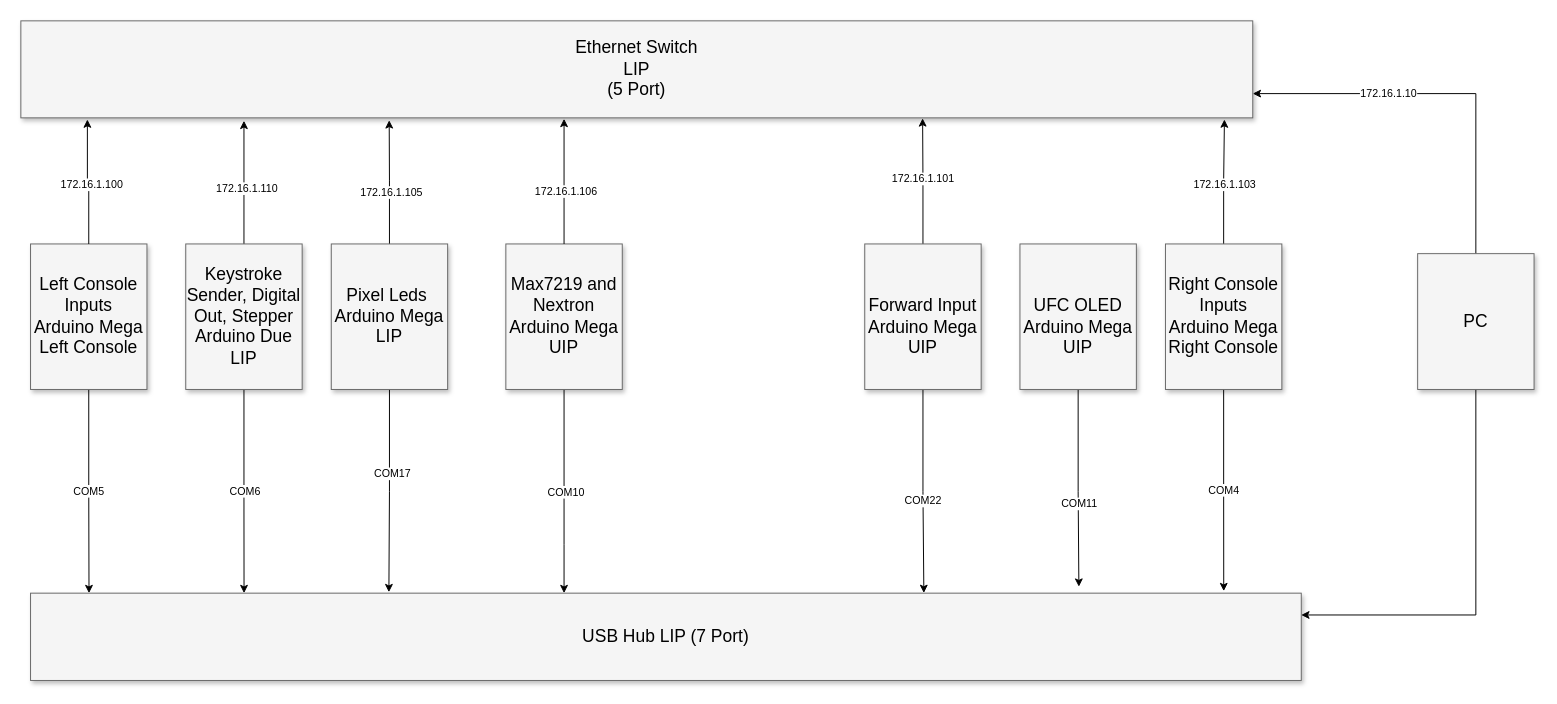
Before: page "High Level Connectivity" (1 of 7) of Hornet Documentation/Hornet High-Level Connectivity .drawio in bnepethomas/bne-arduino-flight-simulator-interfaces, a draw.io diagram. Source tidied: cells renumbered, new cells numbered last; positions are measured from the earlier drawing's top-left corner, leaving out a move shared by most shapes. Both pictures are drawn from the tidied source at 97%, with x=0, y=0 at pixel (20, 20).
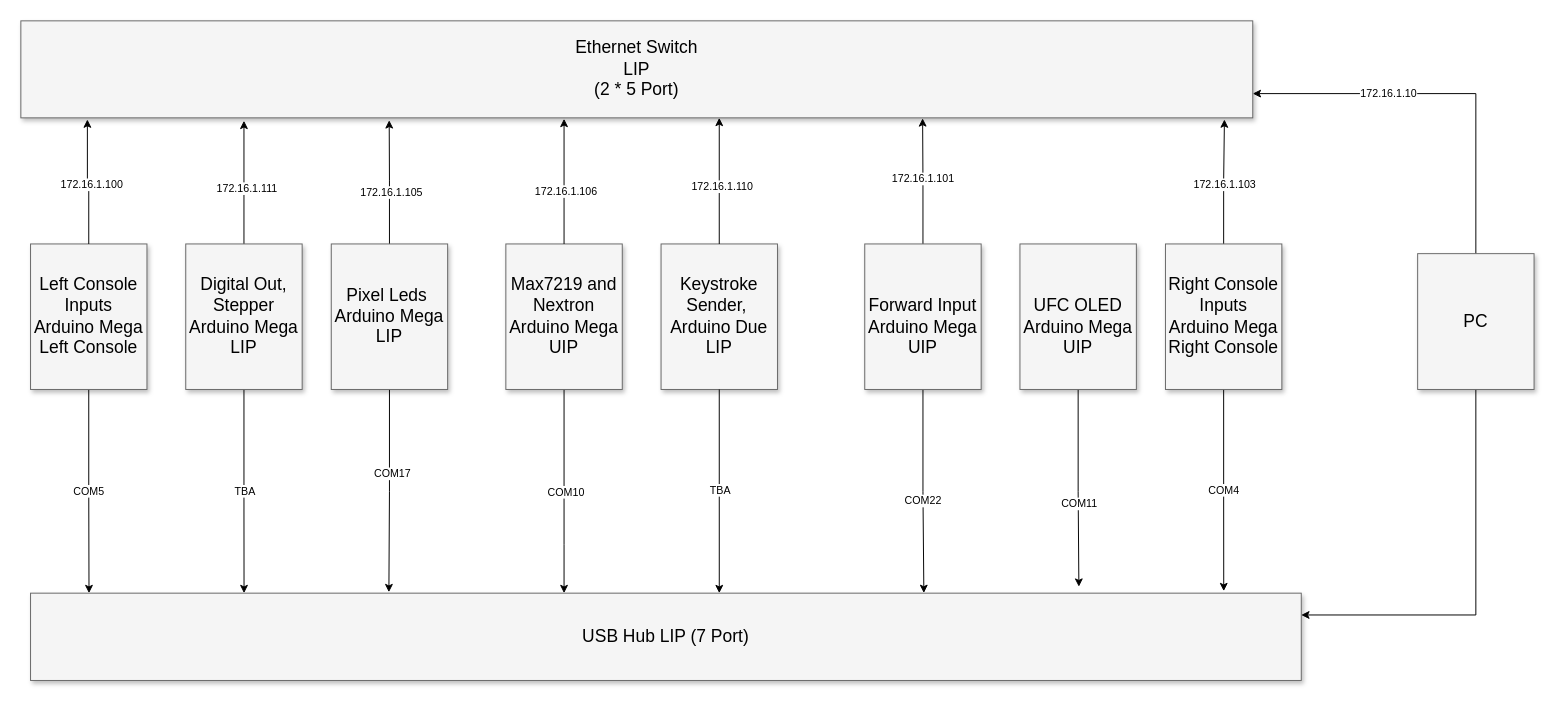
After the change.

Commit message (it also covers changes not shown here):
SPLIT DUE TO MEGA AND DUE

Unchanged cells that the change refers to:
```xml
<mxCell id="2" value="USB Hub LIP (7 Port)" style="whiteSpace=wrap;html=1;shadow=1;fontSize=18;fillColor=#f5f5f5;strokeColor=#666666;" parent="1" vertex="1">
  <mxGeometry x="10" y="590" width="1310" height="90" as="geometry" />
</mxCell>
<mxCell id="12" style="edgeStyle=orthogonalEdgeStyle;rounded=0;jettySize=auto;html=1;" parent="1" edge="1" source="16">
  <mxGeometry relative="1" as="geometry">
    <mxPoint x="230" y="103" as="targetPoint" />
    <Array as="points">
      <mxPoint x="230" y="103" />
    </Array>
  </mxGeometry>
</mxCell>
<mxCell id="14" style="edgeStyle=orthogonalEdgeStyle;rounded=0;jettySize=auto;html=1;entryX=0.168;entryY=0;entryDx=0;entryDy=0;entryPerimeter=0;" parent="1" edge="1" source="16" target="2">
  <mxGeometry relative="1" as="geometry" />
</mxCell>
```

What changed in the source:
```diff
@@
-    <mxCell id="6" value="Ethernet Switch&lt;br&gt;LIP&lt;br&gt;(5 Port)" style="whiteSpace=wrap;html=1;shadow=1;fontSize=18;fillColor=#f5f5f5;strokeColor=#666666;" parent="1" vertex="1">
+    <mxCell id="6" value="Ethernet Switch&lt;br&gt;LIP&lt;br&gt;(2 * 5 Port)" style="whiteSpace=wrap;html=1;shadow=1;fontSize=18;fillColor=#f5f5f5;strokeColor=#666666;" parent="1" vertex="1">
       <mxGeometry width="1270" height="100" as="geometry" />
     </mxCell>
@@
-    <mxCell id="13" value="172.16.1.110" style="edgeLabel;html=1;align=center;verticalAlign=middle;" parent="12" vertex="1">
+    <mxCell id="13" value="172.16.1.111&lt;br&gt;" style="edgeLabel;html=1;align=center;verticalAlign=middle;" parent="12" vertex="1">
       <mxGeometry x="-0.08" y="-2" relative="1" as="geometry" />
     </mxCell>
@@
-    <mxCell id="15" value="COM6" style="edgeLabel;html=1;align=center;verticalAlign=middle;" parent="14" vertex="1">
+    <mxCell id="15" value="TBA" style="edgeLabel;html=1;align=center;verticalAlign=middle;" parent="14" vertex="1">
       <mxGeometry x="-0.01" relative="1" as="geometry" />
     </mxCell>
-    <mxCell id="16" value="Keystroke Sender, Digital Out, Stepper&lt;br&gt;Arduino Due&lt;br&gt;LIP" style="whiteSpace=wrap;html=1;shadow=1;fontSize=18;fillColor=#f5f5f5;strokeColor=#666666;" parent="1" vertex="1">
+    <mxCell id="16" value="Digital Out, Stepper&lt;br&gt;Arduino Mega&lt;br&gt;LIP" style="whiteSpace=wrap;html=1;shadow=1;fontSize=18;fillColor=#f5f5f5;strokeColor=#666666;" parent="1" vertex="1">
       <mxGeometry x="170" y="230" width="120" height="150" as="geometry" />
     </mxCell>
@@
+    <mxCell id="38" value="Keystroke Sender,&amp;nbsp;&lt;br&gt;Arduino Due&lt;br&gt;LIP" style="whiteSpace=wrap;html=1;shadow=1;fontSize=18;fillColor=#f5f5f5;strokeColor=#666666;" parent="1" vertex="1">
+      <mxGeometry x="660" y="230" width="120" height="150" as="geometry" />
+    </mxCell>
+    <mxCell id="39" style="edgeStyle=orthogonalEdgeStyle;rounded=0;jettySize=auto;html=1;entryX=0.542;entryY=0;entryDx=0;entryDy=0;entryPerimeter=0;exitX=0.5;exitY=1;exitDx=0;exitDy=0;" parent="1" edge="1" source="38" target="2">
+      <mxGeometry relative="1" as="geometry" />
+    </mxCell>
+    <mxCell id="40" value="TBA" style="edgeLabel;html=1;align=center;verticalAlign=middle;" parent="39" vertex="1">
+      <mxGeometry x="-0.01" relative="1" as="geometry" />
+    </mxCell>
+    <mxCell id="41" style="edgeStyle=orthogonalEdgeStyle;rounded=0;jettySize=auto;html=1;exitX=0.5;exitY=0;exitDx=0;exitDy=0;" parent="1" edge="1" source="38">
+      <mxGeometry relative="1" as="geometry">
+        <mxPoint x="720" y="100" as="targetPoint" />
+        <Array as="points">
+          <mxPoint x="720" y="102" />
+        </Array>
+      </mxGeometry>
+    </mxCell>
+    <mxCell id="42" value="172.16.1.110" style="edgeLabel;html=1;align=center;verticalAlign=middle;" parent="41" vertex="1">
+      <mxGeometry x="-0.08" y="-2" relative="1" as="geometry" />
+    </mxCell>
```
